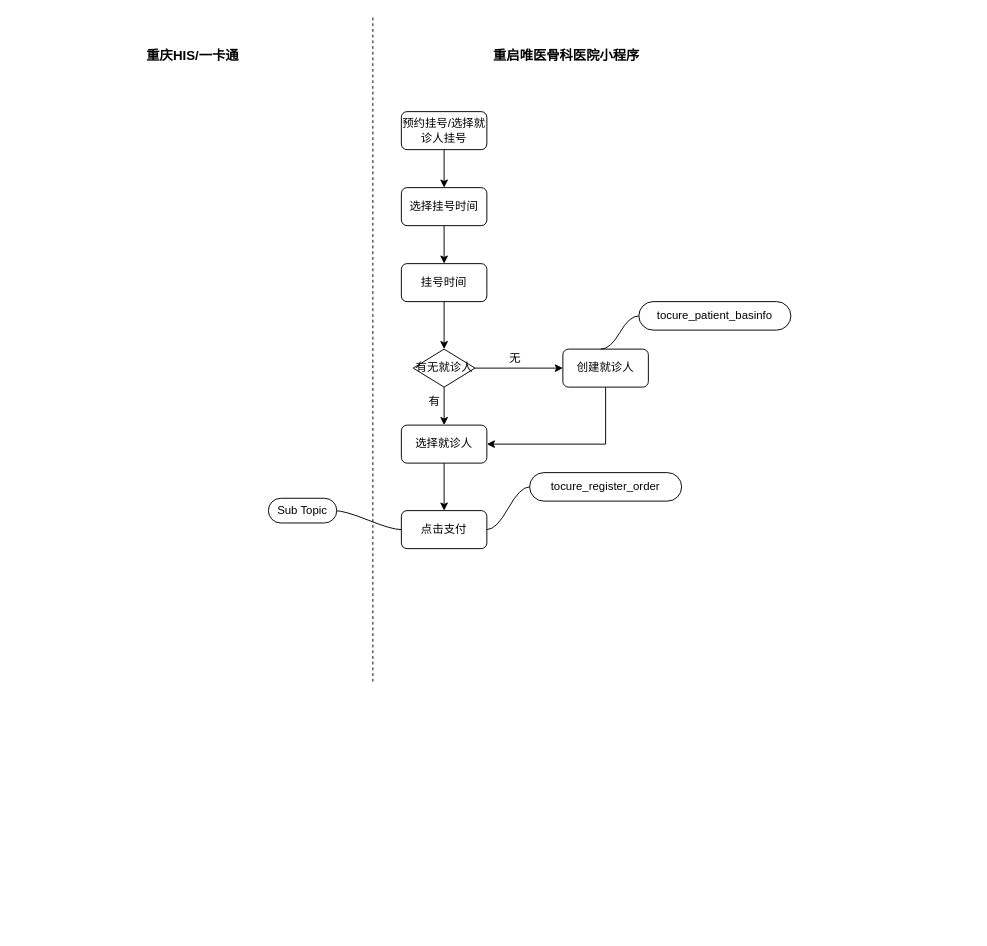
The draw.io diagram Untitled Diagram.drawio in vectorxu/draw.io, before the edit. Source tidied: cells renumbered, new cells numbered last; positions are measured from the earlier drawing's top-left corner, leaving out a move shared by most shapes. Both pictures are drawn from the tidied source at 95%, with x=0, y=0 at pixel (144, 16).
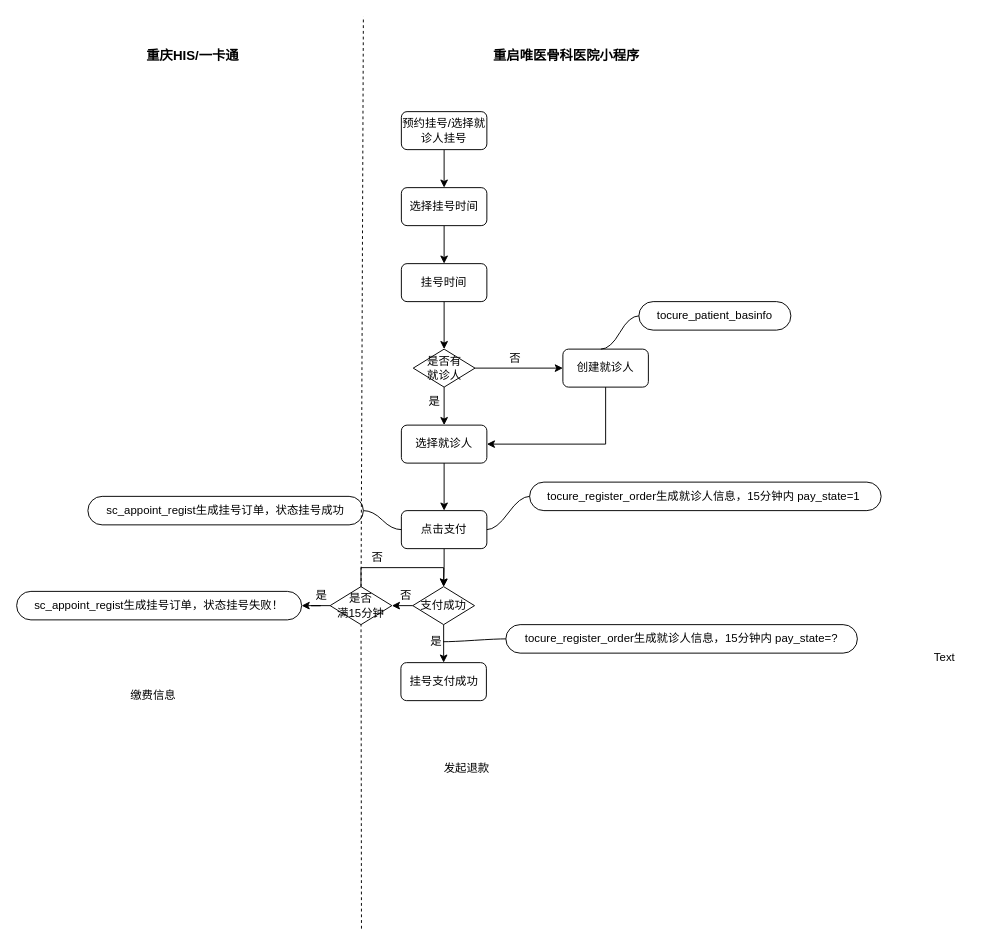
The same diagram, later.

The change refers to these unchanged cells:
```xml
<mxCell id="17" value="点击支付" style="rounded=1;whiteSpace=wrap;html=1;" parent="1" vertex="1">
  <mxGeometry x="270" y="520" width="90" height="40" as="geometry" />
</mxCell>
```

What changed in the source:
```diff
@@
-    <mxCell id="8" value="有无就诊人" style="rhombus;whiteSpace=wrap;html=1;" parent="1" vertex="1">
+    <mxCell id="8" value="是否有&lt;br&gt;就诊人" style="rhombus;whiteSpace=wrap;html=1;" parent="1" vertex="1">
       <mxGeometry x="282.5" y="350" width="65" height="40" as="geometry" />
     </mxCell>
@@
-    <mxCell id="15" value="无" style="text;html=1;strokeColor=none;fillColor=none;align=center;verticalAlign=middle;whiteSpace=wrap;rounded=0;" parent="1" vertex="1">
+    <mxCell id="15" value="否" style="text;html=1;strokeColor=none;fillColor=none;align=center;verticalAlign=middle;whiteSpace=wrap;rounded=0;" parent="1" vertex="1">
       <mxGeometry x="370" y="350" width="40" height="20" as="geometry" />
     </mxCell>
-    <mxCell id="16" value="有" style="text;html=1;strokeColor=none;fillColor=none;align=center;verticalAlign=middle;whiteSpace=wrap;rounded=0;" parent="1" vertex="1">
+    <mxCell id="16" value="是" style="text;html=1;strokeColor=none;fillColor=none;align=center;verticalAlign=middle;whiteSpace=wrap;rounded=0;" parent="1" vertex="1">
       <mxGeometry x="284.5" y="395" width="40" height="20" as="geometry" />
     </mxCell>
+    <mxCell id="27" style="edgeStyle=orthogonalEdgeStyle;rounded=0;jettySize=auto;html=1;exitX=0.5;exitY=1;exitDx=0;exitDy=0;entryX=0.5;entryY=0;entryDx=0;entryDy=0;" parent="1" edge="1" source="17" target="30">
+      <mxGeometry relative="1" as="geometry" />
+    </mxCell>
@@
-    <mxCell id="20" style="edgeStyle=entityRelationEdgeStyle;startArrow=none;endArrow=none;segment=10;curved=1;entryX=0;entryY=0.5;entryDx=0;entryDy=0;" parent="1" edge="1" target="17">
-      <mxGeometry relative="1" as="geometry">
-        <mxPoint x="200" y="520" as="sourcePoint" />
-      </mxGeometry>
+    <mxCell id="20" style="edgeStyle=entityRelationEdgeStyle;startArrow=none;endArrow=none;segment=10;curved=1;entryX=0;entryY=0.5;entryDx=0;entryDy=0;exitX=1;exitY=0.5;exitDx=0;exitDy=0;" parent="1" edge="1" source="21" target="17">
+      <mxGeometry relative="1" as="geometry" />
     </mxCell>
-    <mxCell id="21" value="Sub Topic" style="whiteSpace=wrap;html=1;rounded=1;arcSize=50;align=center;verticalAlign=middle;strokeWidth=1;spacing=4;" parent="1" vertex="1">
-      <mxGeometry x="130" y="507" width="72" height="26" as="geometry" />
+    <mxCell id="21" value="sc_appoint_regist生成挂号订单，状态挂号成功" style="whiteSpace=wrap;html=1;rounded=1;arcSize=50;align=center;verticalAlign=middle;strokeWidth=1;spacing=4;" parent="1" vertex="1">
+      <mxGeometry x="-60" y="505" width="290" height="30" as="geometry" />
     </mxCell>
-    <mxCell id="22" value="tocure_register_order" style="whiteSpace=wrap;html=1;rounded=1;arcSize=50;align=center;verticalAlign=middle;strokeWidth=1;spacing=4;" parent="1" vertex="1">
-      <mxGeometry x="405" y="480" width="160" height="30" as="geometry" />
+    <mxCell id="22" value="tocure_register_order生成就诊人信息，15分钟内 pay_state=1&amp;nbsp;" style="whiteSpace=wrap;html=1;rounded=1;arcSize=50;align=center;verticalAlign=middle;strokeWidth=1;spacing=4;" parent="1" vertex="1">
+      <mxGeometry x="405" y="490" width="370" height="30" as="geometry" />
     </mxCell>
@@
-    <mxCell id="24" style="endArrow=none;dashed=1;html=1;" parent="1" edge="1">
+    <mxCell id="24" style="endArrow=none;dashed=1;html=1;" parent="1" edge="1" source="36">
       <mxGeometry relative="1" as="geometry">
-        <mxPoint x="240" y="700" as="sourcePoint" />
-        <mxPoint x="240" as="targetPoint" />
+        <mxPoint x="230" as="targetPoint" />
       </mxGeometry>
     </mxCell>
@@
+    <mxCell id="28" style="edgeStyle=orthogonalEdgeStyle;rounded=0;jettySize=auto;html=1;exitX=0.5;exitY=1;exitDx=0;exitDy=0;entryX=0.5;entryY=0;entryDx=0;entryDy=0;" parent="1" edge="1" source="30" target="31">
+      <mxGeometry relative="1" as="geometry" />
+    </mxCell>
+    <mxCell id="29" style="edgeStyle=orthogonalEdgeStyle;rounded=0;jettySize=auto;html=1;exitX=0;exitY=0.5;exitDx=0;exitDy=0;entryX=1;entryY=0.5;entryDx=0;entryDy=0;" parent="1" edge="1" source="30" target="36">
+      <mxGeometry relative="1" as="geometry" />
+    </mxCell>
+    <mxCell id="30" value="支付成功" style="rhombus;whiteSpace=wrap;html=1;" parent="1" vertex="1">
+      <mxGeometry x="282" y="600" width="65" height="40" as="geometry" />
+    </mxCell>
+    <mxCell id="31" value="挂号支付成功" style="rounded=1;whiteSpace=wrap;html=1;" parent="1" vertex="1">
+      <mxGeometry x="269.5" y="680" width="90" height="40" as="geometry" />
+    </mxCell>
+    <mxCell id="32" value="是" style="text;html=1;align=left;verticalAlign=top;spacingTop=-4;" parent="1" vertex="1">
+      <mxGeometry x="299" y="648" width="30" height="20" as="geometry" />
+    </mxCell>
+    <mxCell id="33" style="edgeStyle=orthogonalEdgeStyle;rounded=0;jettySize=auto;html=1;exitX=0.5;exitY=0;exitDx=0;exitDy=0;entryX=0.5;entryY=0;entryDx=0;entryDy=0;" parent="1" edge="1" source="36" target="30">
+      <mxGeometry relative="1" as="geometry" />
+    </mxCell>
+    <mxCell id="34" value="否" style="text;html=1;align=left;verticalAlign=top;spacingTop=-4;" parent="1" vertex="1">
+      <mxGeometry x="237" y="560" width="30" height="20" as="geometry" />
+    </mxCell>
+    <mxCell id="35" style="edgeStyle=orthogonalEdgeStyle;rounded=0;jettySize=auto;html=1;exitX=0;exitY=0.5;exitDx=0;exitDy=0;" parent="1" edge="1" source="36" target="39">
+      <mxGeometry relative="1" as="geometry" />
+    </mxCell>
+    <mxCell id="36" value="是否&lt;br&gt;满15分钟" style="rhombus;whiteSpace=wrap;html=1;" parent="1" vertex="1">
+      <mxGeometry x="195" y="600" width="65" height="40" as="geometry" />
+    </mxCell>
+    <mxCell id="37" style="endArrow=none;dashed=1;html=1;" parent="1" edge="1" target="36">
+      <mxGeometry relative="1" as="geometry">
+        <mxPoint x="228" y="960" as="sourcePoint" />
+      </mxGeometry>
+    </mxCell>
+    <mxCell id="38" value="否" style="text;html=1;align=left;verticalAlign=top;spacingTop=-4;" parent="1" vertex="1">
+      <mxGeometry x="267" y="600" width="30" height="20" as="geometry" />
+    </mxCell>
+    <mxCell id="39" value="sc_appoint_regist生成挂号订单，状态挂号失败！" style="whiteSpace=wrap;html=1;rounded=1;arcSize=50;align=center;verticalAlign=middle;strokeWidth=1;spacing=4;" parent="1" vertex="1">
+      <mxGeometry x="-135" y="605" width="300" height="30" as="geometry" />
+    </mxCell>
+    <mxCell id="40" value="是" style="text;html=1;align=left;verticalAlign=top;spacingTop=-4;" parent="1" vertex="1">
+      <mxGeometry x="178" y="600" width="30" height="20" as="geometry" />
+    </mxCell>
+    <mxCell id="41" value="tocure_register_order生成就诊人信息，15分钟内 pay_state=?" style="whiteSpace=wrap;html=1;rounded=1;arcSize=50;align=center;verticalAlign=middle;strokeWidth=1;spacing=4;" parent="1" vertex="1">
+      <mxGeometry x="380" y="640" width="370" height="30" as="geometry" />
+    </mxCell>
+    <mxCell id="42" value="Text" style="text;html=1;align=left;verticalAlign=top;spacingTop=-4;" parent="1" vertex="1">
+      <mxGeometry x="829" y="665" width="40" height="20" as="geometry" />
+    </mxCell>
+    <mxCell id="43" style="edgeStyle=entityRelationEdgeStyle;startArrow=none;endArrow=none;segment=10;curved=1;exitX=1;exitY=0.5;exitDx=0;exitDy=0;entryX=0;entryY=0.5;entryDx=0;entryDy=0;" parent="1" edge="1" target="41">
+      <mxGeometry relative="1" as="geometry">
+        <mxPoint x="314" y="658" as="sourcePoint" />
+      </mxGeometry>
+    </mxCell>
+    <mxCell id="44" value="缴费信息" style="text;html=1;align=left;verticalAlign=top;spacingTop=-4;" parent="1" vertex="1">
+      <mxGeometry x="-17" y="705" width="60" height="20" as="geometry" />
+    </mxCell>
+    <mxCell id="45" value="发起退款" style="text;html=1;align=left;verticalAlign=top;spacingTop=-4;" parent="1" vertex="1">
+      <mxGeometry x="313" y="782" width="60" height="20" as="geometry" />
+    </mxCell>
```
